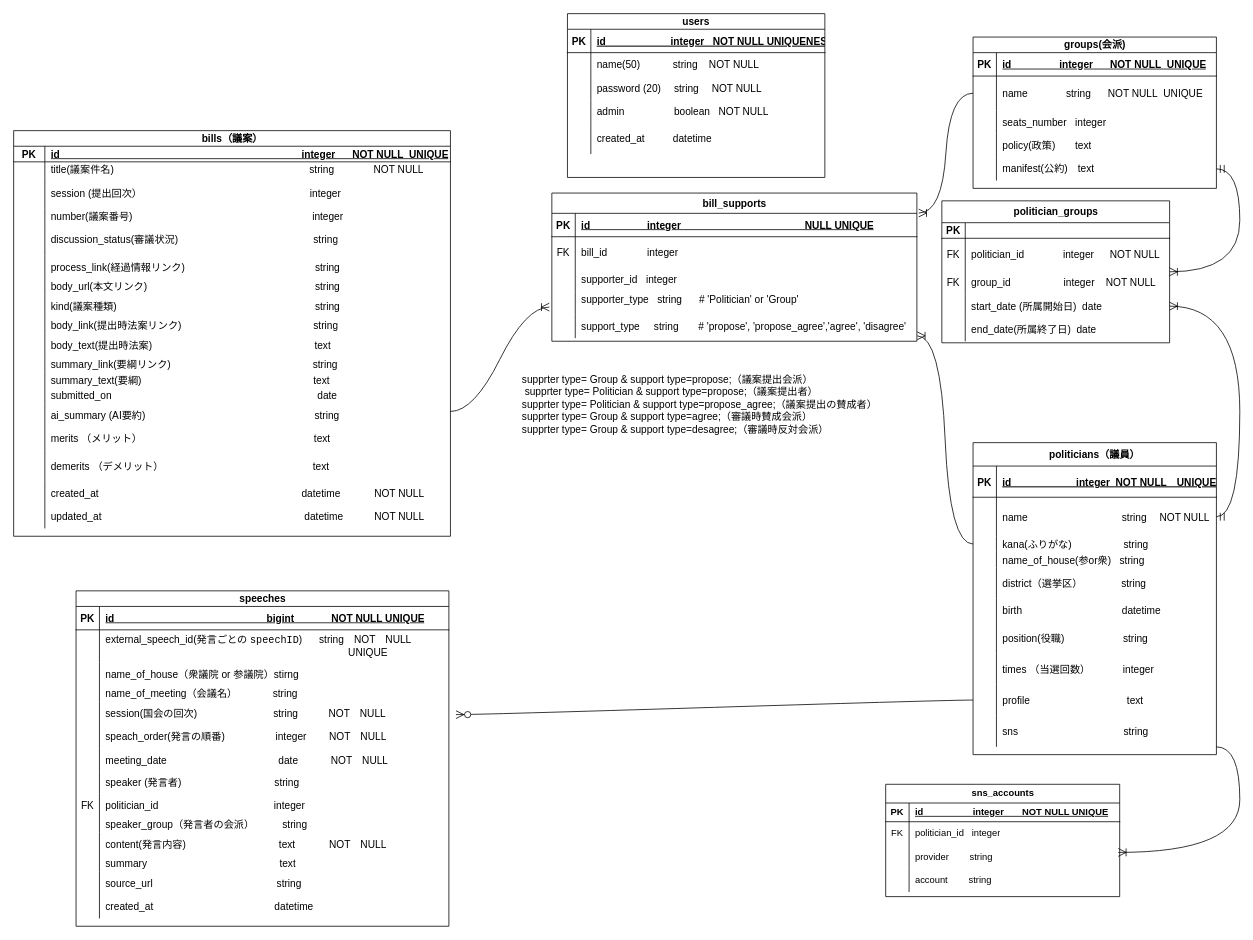
marimari20020711/senkyo_e_go keeps this draw.io diagram as page "Page-1のコピー" (2 of 3) of ER図.drawio. Above is the earlier version. Source tidied: cells renumbered, new cells numbered last; positions are measured from the earlier drawing's top-left corner, leaving out a move shared by most shapes. Both pictures are drawn from the tidied source at 78%, with x=0, y=0 at pixel (13, -168).
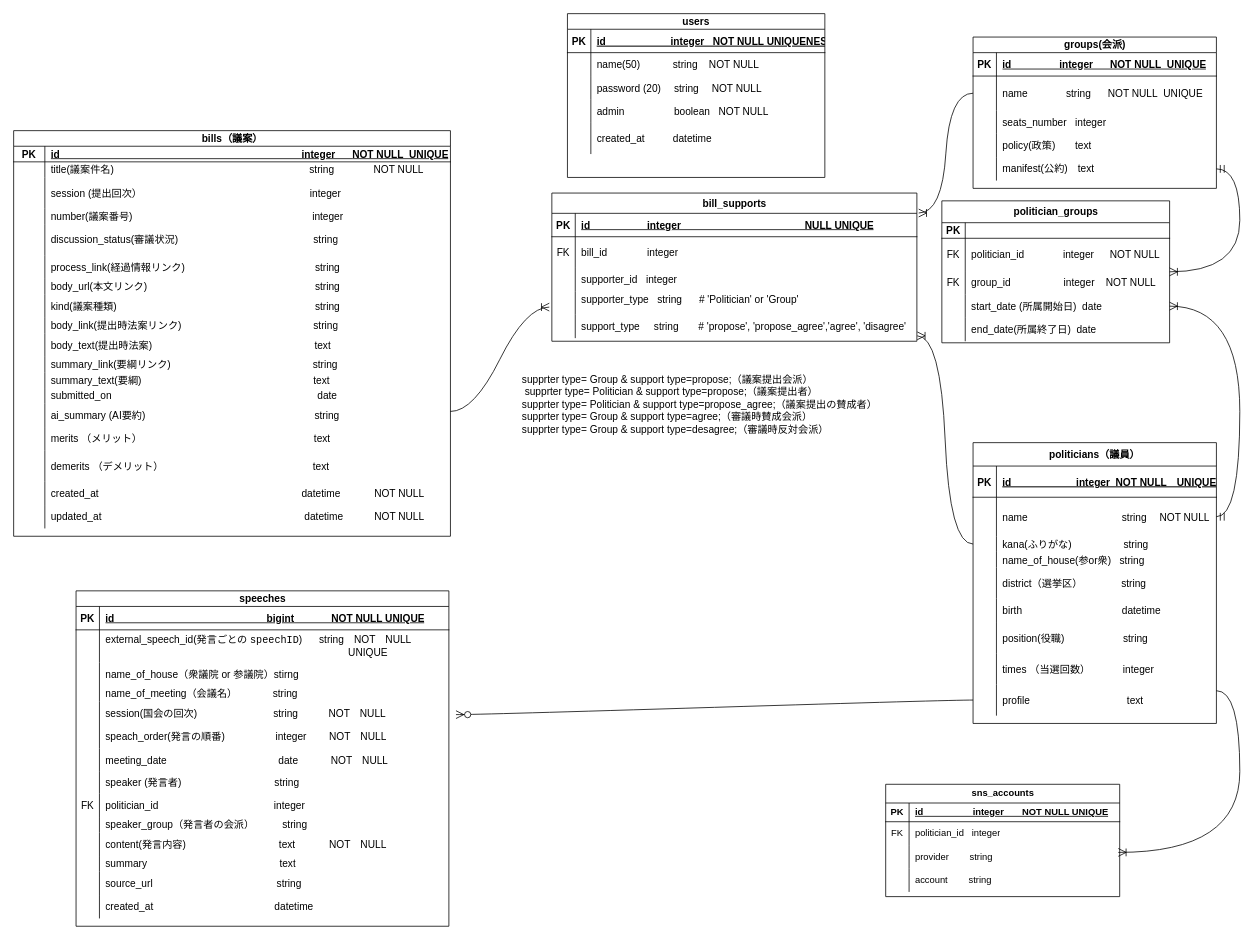
The same page after the edit.

Commit message (it also covers changes not shown here):
ER図.drawio を更新します

Unchanged cells that the change refers to:
```xml
<mxCell id="209" style="shape=tableRow;horizontal=0;startSize=0;swimlaneHead=0;swimlaneBody=0;fillColor=none;points=[[0,0.5],[1,0.5]];portConstraint=eastwest;top=0;left=0;right=0;bottom=0;" parent="202" vertex="1">
  <mxGeometry y="78" width="300" height="30" as="geometry" />
</mxCell>
```

Change to the diagram source:
```diff
@@
     <mxCell id="2" value="politicians（議員）" style="shape=table;startSize=30;childLayout=tableLayout;rowLines=0;fontStyle=1;align=center;fontSize=13;" parent="1" vertex="1">
-      <mxGeometry x="1230" y="783" width="312" height="400" as="geometry" />
+      <mxGeometry x="1230" y="783" width="312" height="360" as="geometry" />
     </mxCell>
@@
-    <mxCell id="30" style="shape=partialRectangle;fillColor=none;top=0;left=0;right=0;bottom=0;fontSize=13;" parent="2" vertex="1">
-      <mxGeometry y="350" width="312" height="40" as="geometry" />
-    </mxCell>
-    <mxCell id="31" style="shape=partialRectangle;overflow=hidden;fillColor=none;top=0;left=0;bottom=0;right=0;fontSize=13;" parent="30" vertex="1">
-      <mxGeometry width="30" height="40" as="geometry" />
-    </mxCell>
-    <mxCell id="32" value="sns                       　　　　string" style="shape=partialRectangle;overflow=hidden;fillColor=none;top=0;left=0;bottom=0;right=0;align=left;spacingLeft=6;fontSize=13;" parent="30" vertex="1">
-      <mxGeometry x="30" width="282" height="40" as="geometry" />
-    </mxCell>
@@
     <mxCell id="215" style="edgeStyle=entityRelationEdgeStyle;fontSize=12;html=1;endArrow=ERoneToMany;rounded=0;startSize=8;endSize=8;curved=1;entryX=0.994;entryY=0.311;entryDx=0;entryDy=0;entryPerimeter=0;" parent="1" edge="1" target="209">
       <mxGeometry relative="1" as="geometry">
-        <mxPoint x="1542" y="1173" as="sourcePoint" />
+        <mxPoint x="1542" y="1101" as="sourcePoint" />
         <Array as="points">
           <mxPoint x="1350" y="1233" />
         </Array>
       </mxGeometry>
     </mxCell>
```
